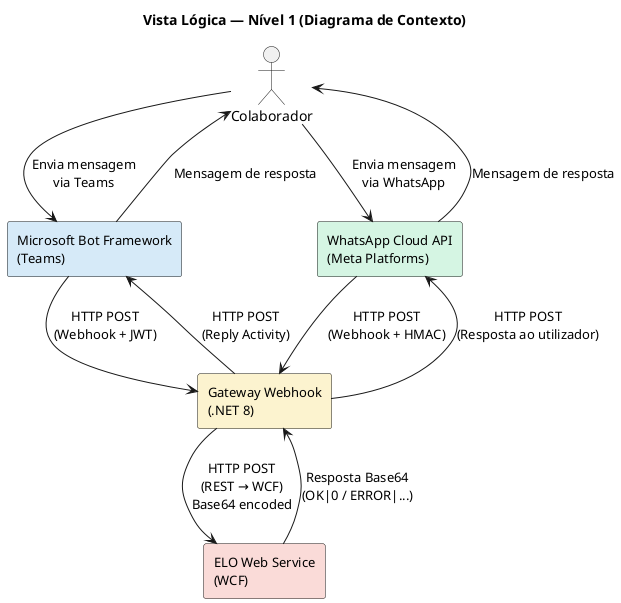
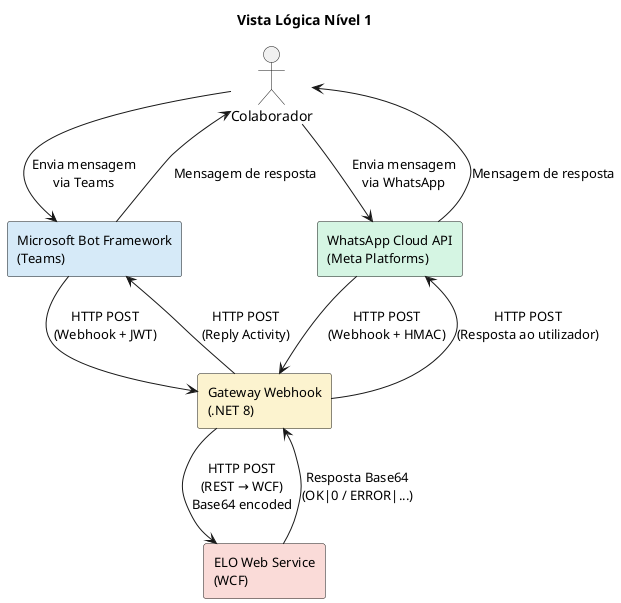
@startuml vista_logica_n1
skinparam backgroundColor #FFFFFF
skinparam shadowing false
skinparam defaultFontName "Segoe UI"
skinparam rectangleFontSize 13
skinparam componentFontSize 12
skinparam noteFontSize 11

- title Vista Lógica — Nível 1 (Diagrama de Contexto)
- 
+ title Vista Lógica Nível 1
' ─── Atores / Sistemas Externos ───────────────────────────
actor "Colaborador" as user

rectangle "WhatsApp Cloud API\n(Meta Platforms)" as whatsapp #D5F5E3 {
}

rectangle "Microsoft Bot Framework\n(Teams)" as teams #D6EAF8 {
}

rectangle "ELO Web Service\n(WCF)" as elo #FADBD8 {
}

' ─── Sistema Central ──────────────────────────────────────
rectangle "Gateway Webhook\n(.NET 8)" as gateway #FCF3CF {
}

' ─── Fluxo ────────────────────────────────────────────────
user -down-> whatsapp : "Envia mensagem\nvia WhatsApp"
user -down-> teams : "Envia mensagem\nvia Teams"

whatsapp -down-> gateway : "HTTP POST\n(Webhook + HMAC)"
teams -down-> gateway : "HTTP POST\n(Webhook + JWT)"

gateway -down-> elo : "HTTP POST\n(REST → WCF)\nBase64 encoded"

elo -up-> gateway : "Resposta Base64\n(OK|0 / ERROR|...)"

gateway -up-> whatsapp : "HTTP POST\n(Resposta ao utilizador)"
gateway -up-> teams : "HTTP POST\n(Reply Activity)"

whatsapp -up-> user : "Mensagem de resposta"
teams -up-> user : "Mensagem de resposta"

@enduml
